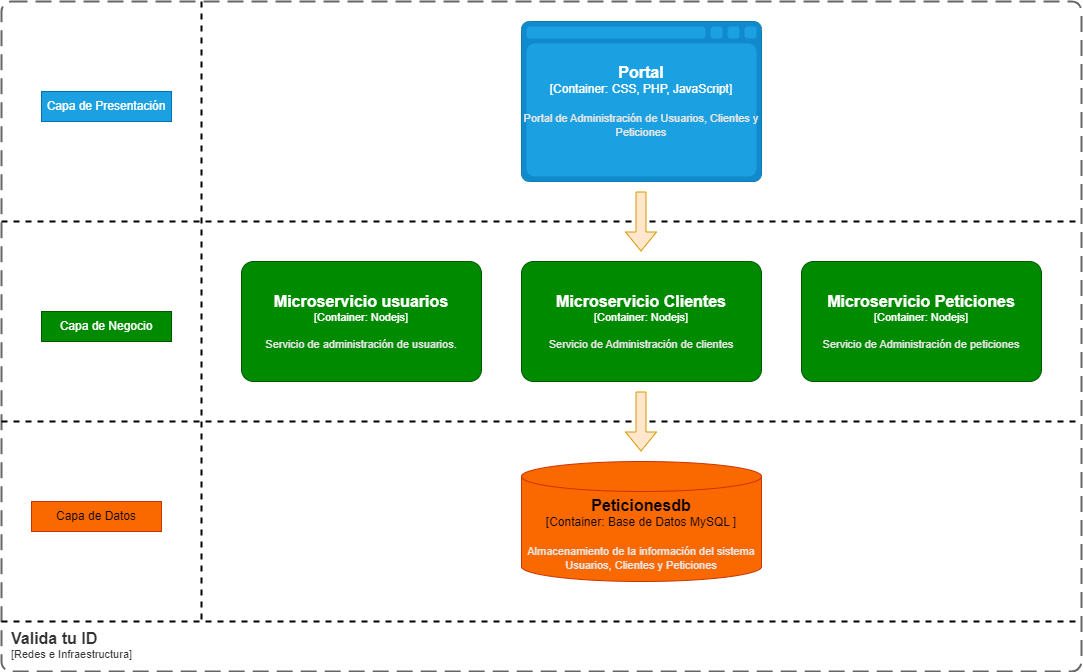
Above: Doc/DiagramaCapas.png in Jakcobo/ValidaTuID (draw.io), before the change. Source tidied: cells renumbered, new cells last; positions are measured from the earlier drawing's top-left corner, leaving out a move shared by most shapes.
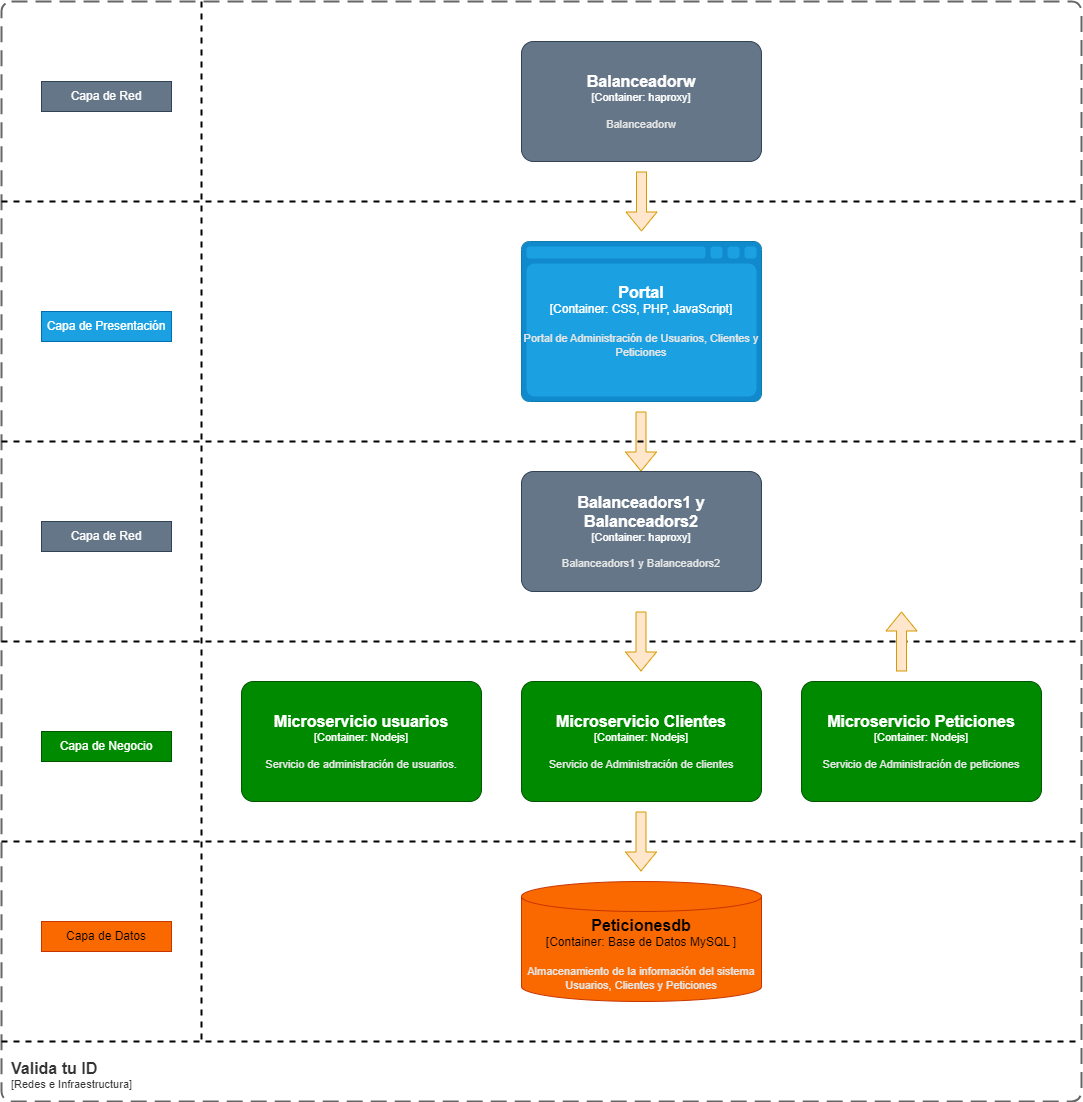
The same file after the commit.

What changed in the source:
```diff
@@ -14,12 +14,12 @@
     </object>
     <object id="4" label="&lt;font style=&quot;font-size: 16px&quot;&gt;&lt;b&gt;%c4Name%&lt;/b&gt;&lt;/font&gt;&lt;div&gt;[%c4Type%:&amp;nbsp;%c4Technology%]&lt;/div&gt;&lt;br&gt;&lt;div&gt;&lt;font style=&quot;font-size: 11px&quot;&gt;&lt;font color=&quot;#E6E6E6&quot;&gt;%c4Description%&lt;/font&gt;&lt;/div&gt;" c4Description="Portal de Administración de Usuarios, Clientes y Peticiones" c4Name="Portal" c4Technology="CSS, PHP, JavaScript" c4Type="Container" placeholders="1">
       <mxCell style="shape=mxgraph.c4.webBrowserContainer2;whiteSpace=wrap;html=1;boundedLbl=1;rounded=0;labelBackgroundColor=none;strokeColor=#006EAF;fillColor=#1ba1e2;strokeColor=#118ACD;strokeColor2=#0E7DAD;fontSize=12;fontColor=#ffffff;align=center;" parent="1" vertex="1">
-        <mxGeometry x="520" y="20" width="240" height="160" as="geometry" />
+        <mxGeometry x="520" y="-180" width="240" height="160" as="geometry" />
       </mxCell>
     </object>
     <object id="5" label="&lt;font style=&quot;font-size: 16px&quot;&gt;&lt;b&gt;&lt;div style=&quot;text-align: left&quot;&gt;%c4Name%&lt;/div&gt;&lt;/b&gt;&lt;/font&gt;&lt;div style=&quot;text-align: left&quot;&gt;[%c4Application%]&lt;/div&gt;" c4Application="Redes e Infraestructura" c4Name="Valida tu ID" c4Type="SystemScopeBoundary" placeholders="1">
       <mxCell style="rounded=1;fontSize=11;whiteSpace=wrap;html=1;dashed=1;arcSize=20;fillColor=none;strokeColor=#666666;fontColor=#333333;labelBackgroundColor=none;align=left;verticalAlign=bottom;labelBorderColor=none;spacingTop=0;spacing=10;dashPattern=8 4;perimeter=rectanglePerimeter;noLabel=0;labelPadding=0;absoluteArcSize=1;strokeWidth=2;" parent="1" vertex="1">
-        <mxGeometry width="1080" height="670" as="geometry" />
+        <mxGeometry y="-420" width="1080" height="1100" as="geometry" />
       </mxCell>
     </object>
     <mxCell id="6" style="endArrow=none;dashed=1;html=1;rounded=0;strokeWidth=2;" parent="1" edge="1">
@@ -29,7 +29,7 @@
       </mxGeometry>
     </mxCell>
     <mxCell id="7" value="Capa de Presentación" style="text;html=1;align=center;verticalAlign=middle;whiteSpace=wrap;rounded=0;fillColor=#1ba1e2;fontColor=#ffffff;strokeColor=#006EAF;" parent="1" vertex="1">
-      <mxGeometry x="40" y="90" width="130" height="30" as="geometry" />
+      <mxGeometry x="40" y="-110" width="130" height="30" as="geometry" />
     </mxCell>
     <mxCell id="8" style="endArrow=none;dashed=1;html=1;rounded=0;strokeWidth=2;" parent="1" edge="1">
       <mxGeometry relative="1" as="geometry">
@@ -41,7 +41,7 @@
       <mxGeometry x="40" y="310" width="130" height="30" as="geometry" />
     </mxCell>
     <mxCell id="10" value="Capa de Datos" style="text;html=1;align=center;verticalAlign=middle;whiteSpace=wrap;rounded=0;fillColor=#fa6800;fontColor=#000000;strokeColor=#C73500;" parent="1" vertex="1">
-      <mxGeometry x="30" y="500" width="130" height="30" as="geometry" />
+      <mxGeometry x="40" y="500" width="130" height="30" as="geometry" />
     </mxCell>
     <object id="11" label="&lt;font style=&quot;font-size: 16px&quot;&gt;&lt;b&gt;%c4Name%&lt;/b&gt;&lt;/font&gt;&lt;div&gt;[%c4Type%: %c4Technology%]&lt;/div&gt;&lt;br&gt;&lt;div&gt;&lt;font style=&quot;font-size: 11px&quot;&gt;&lt;font color=&quot;#E6E6E6&quot;&gt;%c4Description%&lt;/font&gt;&lt;/div&gt;" c4Description="Servicio de Administración de clientes" c4Name="Microservicio Clientes" c4Technology="Nodejs" c4Type="Container" placeholders="1">
       <mxCell style="rounded=1;whiteSpace=wrap;html=1;fontSize=11;labelBackgroundColor=none;fillColor=#008a00;fontColor=#ffffff;align=center;arcSize=10;strokeColor=#005700;" parent="1" vertex="1">
@@ -55,8 +55,8 @@
     </object>
     <mxCell id="13" style="shape=flexArrow;endArrow=classic;html=1;rounded=0;fillColor=#ffe6cc;strokeColor=#d79b00;" parent="1" edge="1">
       <mxGeometry relative="1" as="geometry">
-        <mxPoint x="639.5" y="190" as="sourcePoint" />
-        <mxPoint x="639.5" y="250" as="targetPoint" />
+        <mxPoint x="639.5" y="-10" as="sourcePoint" />
+        <mxPoint x="639.5" y="50" as="targetPoint" />
       </mxGeometry>
     </mxCell>
     <mxCell id="14" style="shape=flexArrow;endArrow=classic;html=1;rounded=0;fillColor=#ffe6cc;strokeColor=#d79b00;" parent="1" edge="1">
@@ -73,9 +73,55 @@
     </mxCell>
     <mxCell id="16" style="endArrow=none;dashed=1;html=1;rounded=0;strokeWidth=2;" parent="1" edge="1">
       <mxGeometry relative="1" as="geometry">
-        <mxPoint x="200" as="sourcePoint" />
+        <mxPoint x="200" y="-420" as="sourcePoint" />
         <mxPoint x="200" y="620" as="targetPoint" />
       </mxGeometry>
     </mxCell>
+    <mxCell id="17" style="endArrow=none;dashed=1;html=1;rounded=0;strokeWidth=2;" parent="1" edge="1">
+      <mxGeometry relative="1" as="geometry">
+        <mxPoint y="20" as="sourcePoint" />
+        <mxPoint x="1080" y="20" as="targetPoint" />
+      </mxGeometry>
+    </mxCell>
+    <object id="18" label="&lt;font style=&quot;font-size: 16px&quot;&gt;&lt;b&gt;%c4Name%&lt;/b&gt;&lt;/font&gt;&lt;div&gt;[%c4Type%: %c4Technology%]&lt;/div&gt;&lt;br&gt;&lt;div&gt;&lt;font style=&quot;font-size: 11px&quot;&gt;&lt;font color=&quot;#E6E6E6&quot;&gt;%c4Description%&lt;/font&gt;&lt;/div&gt;" c4Description="Balanceadors1 y Balanceadors2" c4Name="Balanceadors1 y Balanceadors2" c4Technology="haproxy" c4Type="Container" placeholders="1">
+      <mxCell style="rounded=1;whiteSpace=wrap;html=1;fontSize=11;labelBackgroundColor=none;fillColor=#647687;fontColor=#ffffff;align=center;arcSize=10;strokeColor=#314354;" parent="1" vertex="1">
+        <mxGeometry x="520" y="50" width="240" height="120" as="geometry" />
+      </mxCell>
+    </object>
+    <mxCell id="19" style="shape=flexArrow;endArrow=classic;html=1;rounded=0;fillColor=#ffe6cc;strokeColor=#d79b00;" parent="1" edge="1">
+      <mxGeometry relative="1" as="geometry">
+        <mxPoint x="639.5" y="190" as="sourcePoint" />
+        <mxPoint x="639.5" y="250" as="targetPoint" />
+      </mxGeometry>
+    </mxCell>
+    <mxCell id="20" style="endArrow=none;dashed=1;html=1;rounded=0;strokeWidth=2;" parent="1" edge="1">
+      <mxGeometry relative="1" as="geometry">
+        <mxPoint y="-220" as="sourcePoint" />
+        <mxPoint x="1080" y="-220" as="targetPoint" />
+      </mxGeometry>
+    </mxCell>
+    <object id="21" label="&lt;font style=&quot;font-size: 16px&quot;&gt;&lt;b&gt;%c4Name%&lt;/b&gt;&lt;/font&gt;&lt;div&gt;[%c4Type%: %c4Technology%]&lt;/div&gt;&lt;br&gt;&lt;div&gt;&lt;font style=&quot;font-size: 11px&quot;&gt;&lt;font color=&quot;#E6E6E6&quot;&gt;%c4Description%&lt;/font&gt;&lt;/div&gt;" c4Description="Balanceadorw" c4Name="Balanceadorw" c4Technology="haproxy" c4Type="Container" placeholders="1">
+      <mxCell style="rounded=1;whiteSpace=wrap;html=1;fontSize=11;labelBackgroundColor=none;fillColor=#647687;fontColor=#ffffff;align=center;arcSize=10;strokeColor=#314354;" parent="1" vertex="1">
+        <mxGeometry x="520" y="-380" width="240" height="120" as="geometry" />
+      </mxCell>
+    </object>
+    <mxCell id="22" style="shape=flexArrow;endArrow=classic;html=1;rounded=0;fillColor=#ffe6cc;strokeColor=#d79b00;" parent="1" edge="1">
+      <mxGeometry relative="1" as="geometry">
+        <mxPoint x="640" y="-250" as="sourcePoint" />
+        <mxPoint x="640" y="-190" as="targetPoint" />
+      </mxGeometry>
+    </mxCell>
+    <mxCell id="23" style="shape=flexArrow;endArrow=classic;html=1;rounded=0;fillColor=#ffe6cc;strokeColor=#d79b00;" parent="1" edge="1">
+      <mxGeometry relative="1" as="geometry">
+        <mxPoint x="900" y="250" as="sourcePoint" />
+        <mxPoint x="900" y="190" as="targetPoint" />
+      </mxGeometry>
+    </mxCell>
+    <mxCell id="24" value="Capa de Red" style="text;html=1;align=center;verticalAlign=middle;whiteSpace=wrap;rounded=0;fillColor=#647687;fontColor=#ffffff;strokeColor=#314354;" parent="1" vertex="1">
+      <mxGeometry x="40" y="-340" width="130" height="30" as="geometry" />
+    </mxCell>
+    <mxCell id="25" value="Capa de Red" style="text;html=1;align=center;verticalAlign=middle;whiteSpace=wrap;rounded=0;fillColor=#647687;fontColor=#ffffff;strokeColor=#314354;" parent="1" vertex="1">
+      <mxGeometry x="40" y="100" width="130" height="30" as="geometry" />
+    </mxCell>
   </root>
 </mxGraphModel>
```
